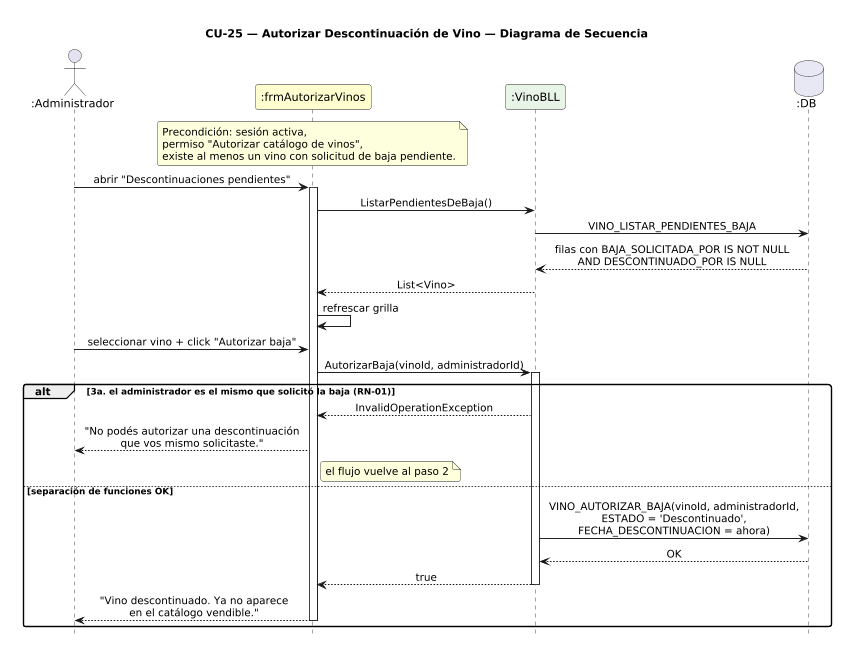
Jesifu/club-de-vinos-td keeps this PlantUML diagram as DIAGRAMAS/DiagramaSecuencia_CU25_AutorizarDescontinuacion.png. Above is the earlier version. Its source is kept beside it as DIAGRAMAS/DiagramaSecuencia_CU25_AutorizarDescontinuacion.puml.
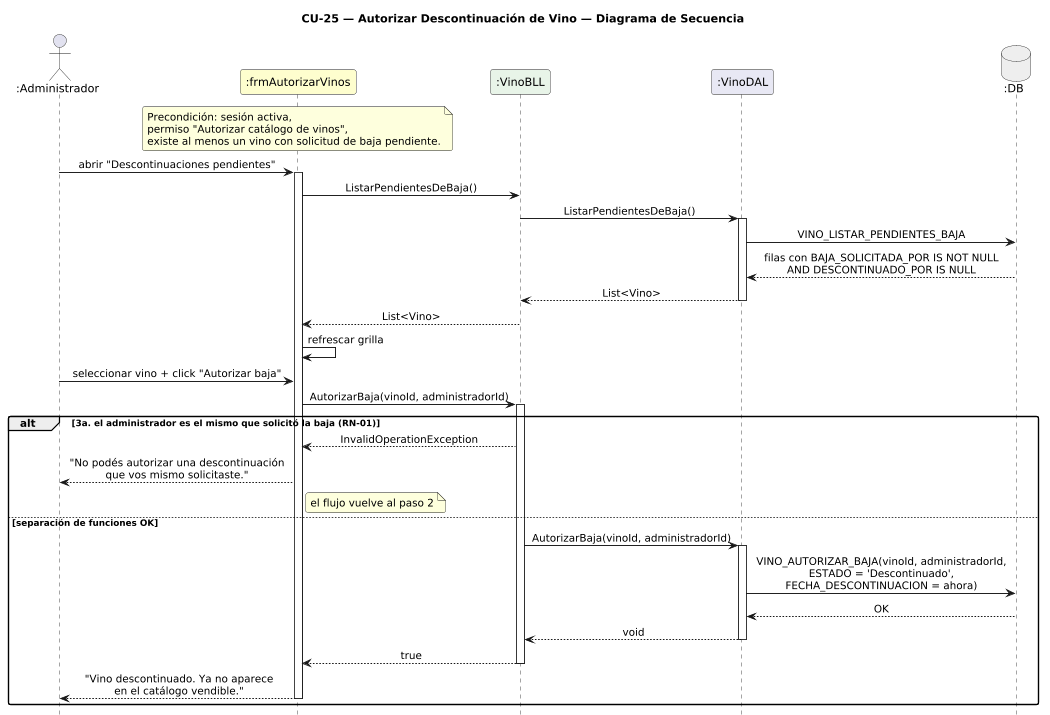
After the commit.

Change to the diagram source:
```diff
@@ -12,7 +12,8 @@
 actor       ":Administrador"        as A
 participant ":frmAutorizarVinos"    as FA #FEFECE
 participant ":VinoBLL"              as VB #E8F4E8
-database    ":DB"                   as DB #E8E8F4
+participant ":VinoDAL"              as VD #E8E8F4
+database    ":DB"                   as DB #EEEEEE
 
 note over FA
   Precondición: sesión activa,
@@ -23,8 +24,12 @@
 A -> FA : abrir "Descontinuaciones pendientes"
 activate FA
 FA -> VB : ListarPendientesDeBaja()
-VB -> DB : VINO_LISTAR_PENDIENTES_BAJA
-DB --> VB : filas con BAJA_SOLICITADA_POR IS NOT NULL\nAND DESCONTINUADO_POR IS NULL
+VB -> VD : ListarPendientesDeBaja()
+activate VD
+VD -> DB : VINO_LISTAR_PENDIENTES_BAJA
+DB --> VD : filas con BAJA_SOLICITADA_POR IS NOT NULL\nAND DESCONTINUADO_POR IS NULL
+VD --> VB : List<Vino>
+deactivate VD
 VB --> FA : List<Vino>
 FA -> FA : refrescar grilla
 
@@ -37,8 +42,12 @@
   FA --> A : "No podés autorizar una descontinuación\nque vos mismo solicitaste."
   note right of FA : el flujo vuelve al paso 2
 else separación de funciones OK
-  VB -> DB : VINO_AUTORIZAR_BAJA(vinoId, administradorId,\nESTADO = 'Descontinuado',\nFECHA_DESCONTINUACION = ahora)
-  DB --> VB : OK
+  VB -> VD : AutorizarBaja(vinoId, administradorId)
+  activate VD
+  VD -> DB : VINO_AUTORIZAR_BAJA(vinoId, administradorId,\nESTADO = 'Descontinuado',\nFECHA_DESCONTINUACION = ahora)
+  DB --> VD : OK
+  VD --> VB : void
+  deactivate VD
   VB --> FA : true
   deactivate VB
   FA --> A : "Vino descontinuado. Ya no aparece\nen el catálogo vendible."
```
